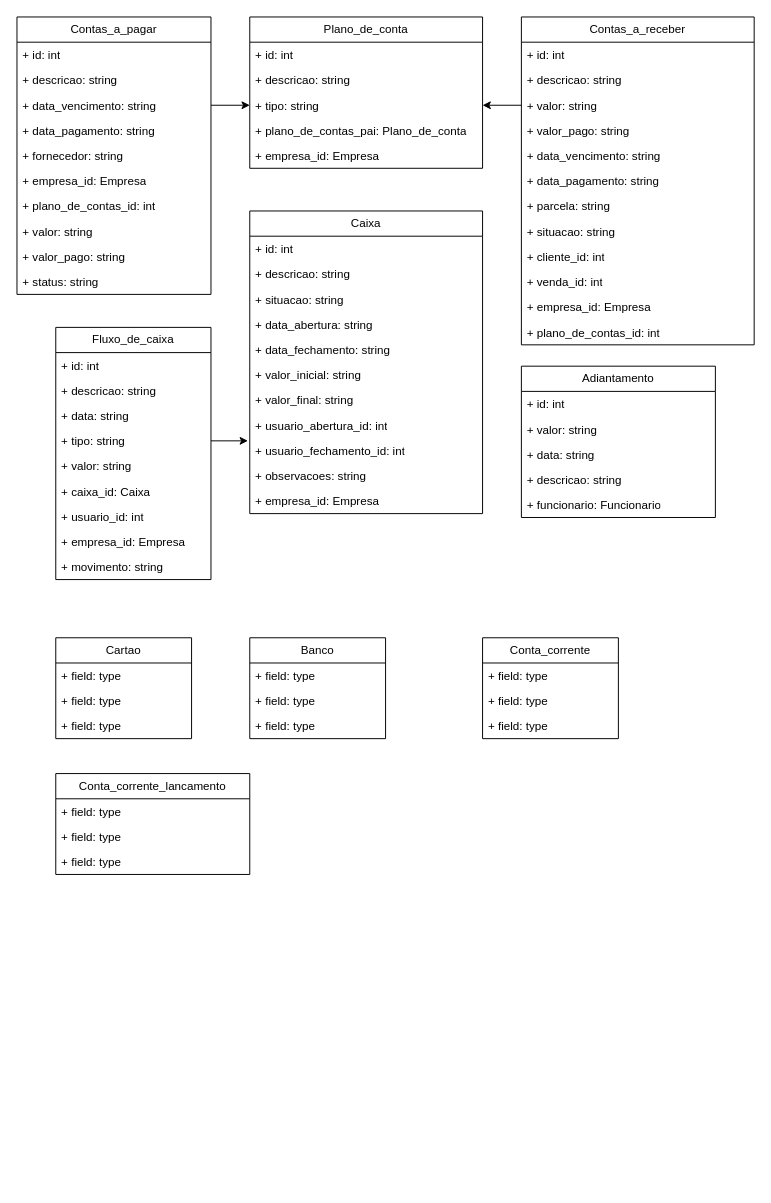
Before: page "Financeiro" (2 of 4) of Diagrama sem nome.drawio in FSOFTSistemas/Lago, a draw.io diagram. Source tidied: cells renumbered, new cells numbered last; positions are measured from the earlier drawing's top-left corner, leaving out a move shared by most shapes. Both pictures are drawn from the tidied source at 97%, with x=0, y=0 at pixel (16, 16).
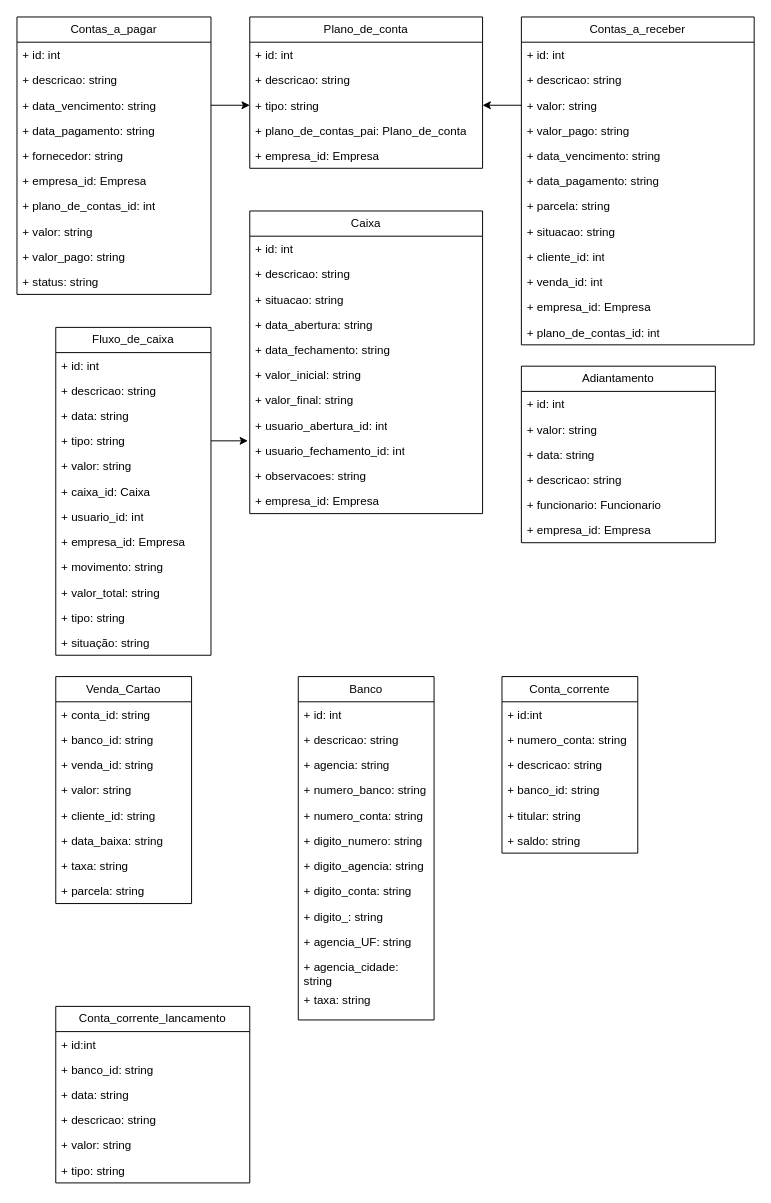
The same page after the edit.

The edit, as a diff of the source:
```diff
@@
     <mxCell id="26" value="Fluxo_de_caixa" style="swimlane;fontStyle=0;horizontal=1;startSize=26;fillColor=none;whiteSpace=wrap;html=1;" parent="1" vertex="1">
-      <mxGeometry x="40" y="320" width="160" height="260" as="geometry" />
+      <mxGeometry x="40" y="320" width="160" height="338" as="geometry" />
     </mxCell>
@@
+    <mxCell id="79" value="+ valor_total: string" style="text;strokeColor=none;fillColor=none;align=left;verticalAlign=top;spacingLeft=4;spacingRight=4;overflow=hidden;whiteSpace=wrap;html=1;" parent="26" vertex="1">
+      <mxGeometry y="260" width="160" height="26" as="geometry" />
+    </mxCell>
+    <mxCell id="80" value="+ tipo: string" style="text;strokeColor=none;fillColor=none;align=left;verticalAlign=top;spacingLeft=4;spacingRight=4;overflow=hidden;whiteSpace=wrap;html=1;" parent="26" vertex="1">
+      <mxGeometry y="286" width="160" height="26" as="geometry" />
+    </mxCell>
+    <mxCell id="81" value="+ situação: string" style="text;strokeColor=none;fillColor=none;align=left;verticalAlign=top;spacingLeft=4;spacingRight=4;overflow=hidden;whiteSpace=wrap;html=1;" parent="26" vertex="1">
+      <mxGeometry y="312" width="160" height="26" as="geometry" />
+    </mxCell>
     <mxCell id="36" value="Adiantamento" style="swimlane;fontStyle=0;horizontal=1;startSize=26;fillColor=none;whiteSpace=wrap;html=1;" parent="1" vertex="1">
-      <mxGeometry x="520" y="360" width="200" height="156" as="geometry" />
+      <mxGeometry x="520" y="360" width="200" height="182" as="geometry" />
     </mxCell>
@@
+    <mxCell id="82" value="+ empresa_id: Empresa" style="text;strokeColor=none;fillColor=none;align=left;verticalAlign=top;spacingLeft=4;spacingRight=4;overflow=hidden;whiteSpace=wrap;html=1;" parent="36" vertex="1">
+      <mxGeometry y="156" width="200" height="26" as="geometry" />
+    </mxCell>
@@
-    <mxCell id="63" value="Cartao" style="swimlane;fontStyle=0;horizontal=1;startSize=26;fillColor=none;whiteSpace=wrap;html=1;" parent="1" vertex="1">
-      <mxGeometry x="40" y="640" width="140" height="104" as="geometry" />
+    <mxCell id="63" value="Venda_Cartao" style="swimlane;fontStyle=0;horizontal=1;startSize=26;fillColor=none;whiteSpace=wrap;html=1;" parent="1" vertex="1">
+      <mxGeometry x="40" y="680" width="140" height="234" as="geometry" />
     </mxCell>
-    <mxCell id="64" value="+ field: type" style="text;strokeColor=none;fillColor=none;align=left;verticalAlign=top;spacingLeft=4;spacingRight=4;overflow=hidden;whiteSpace=wrap;html=1;" parent="63" vertex="1">
+    <mxCell id="64" value="+ conta_id: string" style="text;strokeColor=none;fillColor=none;align=left;verticalAlign=top;spacingLeft=4;spacingRight=4;overflow=hidden;whiteSpace=wrap;html=1;" parent="63" vertex="1">
       <mxGeometry y="26" width="140" height="26" as="geometry" />
     </mxCell>
+    <mxCell id="83" value="+ banco_id: string" style="text;strokeColor=none;fillColor=none;align=left;verticalAlign=top;spacingLeft=4;spacingRight=4;overflow=hidden;whiteSpace=wrap;html=1;" parent="63" vertex="1">
+      <mxGeometry y="52" width="140" height="26" as="geometry" />
+    </mxCell>
+    <mxCell id="84" value="+ venda_id: string" style="text;strokeColor=none;fillColor=none;align=left;verticalAlign=top;spacingLeft=4;spacingRight=4;overflow=hidden;whiteSpace=wrap;html=1;" parent="63" vertex="1">
+      <mxGeometry y="78" width="140" height="26" as="geometry" />
+    </mxCell>
+    <mxCell id="85" value="+ valor: string" style="text;strokeColor=none;fillColor=none;align=left;verticalAlign=top;spacingLeft=4;spacingRight=4;overflow=hidden;whiteSpace=wrap;html=1;" parent="63" vertex="1">
+      <mxGeometry y="104" width="140" height="26" as="geometry" />
+    </mxCell>
+    <mxCell id="86" value="+ cliente_id: string" style="text;strokeColor=none;fillColor=none;align=left;verticalAlign=top;spacingLeft=4;spacingRight=4;overflow=hidden;whiteSpace=wrap;html=1;" parent="63" vertex="1">
+      <mxGeometry y="130" width="140" height="26" as="geometry" />
+    </mxCell>
+    <mxCell id="87" value="+ data_baixa: string" style="text;strokeColor=none;fillColor=none;align=left;verticalAlign=top;spacingLeft=4;spacingRight=4;overflow=hidden;whiteSpace=wrap;html=1;" parent="63" vertex="1">
+      <mxGeometry y="156" width="140" height="26" as="geometry" />
+    </mxCell>
+    <mxCell id="88" value="+ taxa: string" style="text;strokeColor=none;fillColor=none;align=left;verticalAlign=top;spacingLeft=4;spacingRight=4;overflow=hidden;whiteSpace=wrap;html=1;" parent="63" vertex="1">
+      <mxGeometry y="182" width="140" height="26" as="geometry" />
+    </mxCell>
-    <mxCell id="65" value="+ field: type" style="text;strokeColor=none;fillColor=none;align=left;verticalAlign=top;spacingLeft=4;spacingRight=4;overflow=hidden;whiteSpace=wrap;html=1;" parent="63" vertex="1">
-      <mxGeometry y="52" width="140" height="26" as="geometry" />
+    <mxCell id="65" value="&lt;div&gt;+ parcela: string&lt;/div&gt;&lt;div&gt;&lt;br&gt;&lt;/div&gt;" style="text;strokeColor=none;fillColor=none;align=left;verticalAlign=top;spacingLeft=4;spacingRight=4;overflow=hidden;whiteSpace=wrap;html=1;" parent="63" vertex="1">
+      <mxGeometry y="208" width="140" height="26" as="geometry" />
     </mxCell>
-    <mxCell id="66" value="+ field: type" style="text;strokeColor=none;fillColor=none;align=left;verticalAlign=top;spacingLeft=4;spacingRight=4;overflow=hidden;whiteSpace=wrap;html=1;" parent="63" vertex="1">
-      <mxGeometry y="78" width="140" height="26" as="geometry" />
-    </mxCell>
     <mxCell id="67" value="Banco" style="swimlane;fontStyle=0;horizontal=1;startSize=26;fillColor=none;whiteSpace=wrap;html=1;" parent="1" vertex="1">
-      <mxGeometry x="240" y="640" width="140" height="104" as="geometry" />
+      <mxGeometry x="290" y="680" width="140" height="354" as="geometry" />
     </mxCell>
-    <mxCell id="68" value="+ field: type" style="text;strokeColor=none;fillColor=none;align=left;verticalAlign=top;spacingLeft=4;spacingRight=4;overflow=hidden;whiteSpace=wrap;html=1;" parent="67" vertex="1">
+    <mxCell id="68" value="+ id: int" style="text;strokeColor=none;fillColor=none;align=left;verticalAlign=top;spacingLeft=4;spacingRight=4;overflow=hidden;whiteSpace=wrap;html=1;" parent="67" vertex="1">
       <mxGeometry y="26" width="140" height="26" as="geometry" />
     </mxCell>
-    <mxCell id="69" value="+ field: type" style="text;strokeColor=none;fillColor=none;align=left;verticalAlign=top;spacingLeft=4;spacingRight=4;overflow=hidden;whiteSpace=wrap;html=1;" parent="67" vertex="1">
+    <mxCell id="69" value="+ descricao: string" style="text;strokeColor=none;fillColor=none;align=left;verticalAlign=top;spacingLeft=4;spacingRight=4;overflow=hidden;whiteSpace=wrap;html=1;" parent="67" vertex="1">
       <mxGeometry y="52" width="140" height="26" as="geometry" />
     </mxCell>
-    <mxCell id="70" value="+ field: type" style="text;strokeColor=none;fillColor=none;align=left;verticalAlign=top;spacingLeft=4;spacingRight=4;overflow=hidden;whiteSpace=wrap;html=1;" parent="67" vertex="1">
+    <mxCell id="70" value="+ agencia: string" style="text;strokeColor=none;fillColor=none;align=left;verticalAlign=top;spacingLeft=4;spacingRight=4;overflow=hidden;whiteSpace=wrap;html=1;" parent="67" vertex="1">
       <mxGeometry y="78" width="140" height="26" as="geometry" />
     </mxCell>
+    <mxCell id="89" value="+ numero_banco: string" style="text;strokeColor=none;fillColor=none;align=left;verticalAlign=top;spacingLeft=4;spacingRight=4;overflow=hidden;whiteSpace=wrap;html=1;" parent="67" vertex="1">
+      <mxGeometry y="104" width="140" height="26" as="geometry" />
+    </mxCell>
+    <mxCell id="90" value="+ numero_conta: string" style="text;strokeColor=none;fillColor=none;align=left;verticalAlign=top;spacingLeft=4;spacingRight=4;overflow=hidden;whiteSpace=wrap;html=1;" parent="67" vertex="1">
+      <mxGeometry y="130" width="140" height="26" as="geometry" />
+    </mxCell>
+    <mxCell id="91" value="+ digito_numero: string" style="text;strokeColor=none;fillColor=none;align=left;verticalAlign=top;spacingLeft=4;spacingRight=4;overflow=hidden;whiteSpace=wrap;html=1;" parent="67" vertex="1">
+      <mxGeometry y="156" width="140" height="26" as="geometry" />
+    </mxCell>
+    <mxCell id="92" value="+ digito_agencia: string" style="text;strokeColor=none;fillColor=none;align=left;verticalAlign=top;spacingLeft=4;spacingRight=4;overflow=hidden;whiteSpace=wrap;html=1;" parent="67" vertex="1">
+      <mxGeometry y="182" width="140" height="26" as="geometry" />
+    </mxCell>
+    <mxCell id="93" value="+ digito_conta: string" style="text;strokeColor=none;fillColor=none;align=left;verticalAlign=top;spacingLeft=4;spacingRight=4;overflow=hidden;whiteSpace=wrap;html=1;" parent="67" vertex="1">
+      <mxGeometry y="208" width="140" height="26" as="geometry" />
+    </mxCell>
+    <mxCell id="94" value="+ digito_: string" style="text;strokeColor=none;fillColor=none;align=left;verticalAlign=top;spacingLeft=4;spacingRight=4;overflow=hidden;whiteSpace=wrap;html=1;" parent="67" vertex="1">
+      <mxGeometry y="234" width="140" height="26" as="geometry" />
+    </mxCell>
+    <mxCell id="95" value="+ agencia_UF: string" style="text;strokeColor=none;fillColor=none;align=left;verticalAlign=top;spacingLeft=4;spacingRight=4;overflow=hidden;whiteSpace=wrap;html=1;" parent="67" vertex="1">
+      <mxGeometry y="260" width="140" height="26" as="geometry" />
+    </mxCell>
+    <mxCell id="96" value="+ agencia_cidade: string" style="text;strokeColor=none;fillColor=none;align=left;verticalAlign=top;spacingLeft=4;spacingRight=4;overflow=hidden;whiteSpace=wrap;html=1;" parent="67" vertex="1">
+      <mxGeometry y="286" width="140" height="34" as="geometry" />
+    </mxCell>
+    <mxCell id="97" value="+ taxa: string" style="text;strokeColor=none;fillColor=none;align=left;verticalAlign=top;spacingLeft=4;spacingRight=4;overflow=hidden;whiteSpace=wrap;html=1;" parent="67" vertex="1">
+      <mxGeometry y="320" width="140" height="34" as="geometry" />
+    </mxCell>
     <mxCell id="71" value="Conta_corrente" style="swimlane;fontStyle=0;horizontal=1;startSize=26;fillColor=none;whiteSpace=wrap;html=1;" parent="1" vertex="1">
-      <mxGeometry x="480" y="640" width="140" height="104" as="geometry" />
+      <mxGeometry x="500" y="680" width="140" height="182" as="geometry" />
     </mxCell>
-    <mxCell id="72" value="+ field: type" style="text;strokeColor=none;fillColor=none;align=left;verticalAlign=top;spacingLeft=4;spacingRight=4;overflow=hidden;whiteSpace=wrap;html=1;" parent="71" vertex="1">
+    <mxCell id="72" value="+ id:int" style="text;strokeColor=none;fillColor=none;align=left;verticalAlign=top;spacingLeft=4;spacingRight=4;overflow=hidden;whiteSpace=wrap;html=1;" parent="71" vertex="1">
       <mxGeometry y="26" width="140" height="26" as="geometry" />
     </mxCell>
-    <mxCell id="73" value="+ field: type" style="text;strokeColor=none;fillColor=none;align=left;verticalAlign=top;spacingLeft=4;spacingRight=4;overflow=hidden;whiteSpace=wrap;html=1;" parent="71" vertex="1">
+    <mxCell id="73" value="+ numero_conta: string" style="text;strokeColor=none;fillColor=none;align=left;verticalAlign=top;spacingLeft=4;spacingRight=4;overflow=hidden;whiteSpace=wrap;html=1;" parent="71" vertex="1">
       <mxGeometry y="52" width="140" height="26" as="geometry" />
     </mxCell>
-    <mxCell id="74" value="+ field: type" style="text;strokeColor=none;fillColor=none;align=left;verticalAlign=top;spacingLeft=4;spacingRight=4;overflow=hidden;whiteSpace=wrap;html=1;" parent="71" vertex="1">
+    <mxCell id="74" value="+ descricao: string" style="text;strokeColor=none;fillColor=none;align=left;verticalAlign=top;spacingLeft=4;spacingRight=4;overflow=hidden;whiteSpace=wrap;html=1;" parent="71" vertex="1">
       <mxGeometry y="78" width="140" height="26" as="geometry" />
     </mxCell>
+    <mxCell id="98" value="+ banco_id: string" style="text;strokeColor=none;fillColor=none;align=left;verticalAlign=top;spacingLeft=4;spacingRight=4;overflow=hidden;whiteSpace=wrap;html=1;" parent="71" vertex="1">
+      <mxGeometry y="104" width="140" height="26" as="geometry" />
+    </mxCell>
+    <mxCell id="99" value="+ titular: string" style="text;strokeColor=none;fillColor=none;align=left;verticalAlign=top;spacingLeft=4;spacingRight=4;overflow=hidden;whiteSpace=wrap;html=1;" parent="71" vertex="1">
+      <mxGeometry y="130" width="140" height="26" as="geometry" />
+    </mxCell>
+    <mxCell id="100" value="+ saldo: string" style="text;strokeColor=none;fillColor=none;align=left;verticalAlign=top;spacingLeft=4;spacingRight=4;overflow=hidden;whiteSpace=wrap;html=1;" parent="71" vertex="1">
+      <mxGeometry y="156" width="140" height="26" as="geometry" />
+    </mxCell>
     <mxCell id="75" value="Conta_corrente_lancamento" style="swimlane;fontStyle=0;horizontal=1;startSize=26;fillColor=none;whiteSpace=wrap;html=1;" parent="1" vertex="1">
-      <mxGeometry x="40" y="780" width="200" height="104" as="geometry" />
+      <mxGeometry x="40" y="1020" width="200" height="182" as="geometry" />
     </mxCell>
-    <mxCell id="76" value="+ field: type" style="text;strokeColor=none;fillColor=none;align=left;verticalAlign=top;spacingLeft=4;spacingRight=4;overflow=hidden;whiteSpace=wrap;html=1;" parent="75" vertex="1">
+    <mxCell id="76" value="+ id:int" style="text;strokeColor=none;fillColor=none;align=left;verticalAlign=top;spacingLeft=4;spacingRight=4;overflow=hidden;whiteSpace=wrap;html=1;" parent="75" vertex="1">
       <mxGeometry y="26" width="200" height="26" as="geometry" />
     </mxCell>
-    <mxCell id="77" value="+ field: type" style="text;strokeColor=none;fillColor=none;align=left;verticalAlign=top;spacingLeft=4;spacingRight=4;overflow=hidden;whiteSpace=wrap;html=1;" parent="75" vertex="1">
+    <mxCell id="77" value="+ banco_id: string" style="text;strokeColor=none;fillColor=none;align=left;verticalAlign=top;spacingLeft=4;spacingRight=4;overflow=hidden;whiteSpace=wrap;html=1;" parent="75" vertex="1">
       <mxGeometry y="52" width="200" height="26" as="geometry" />
     </mxCell>
-    <mxCell id="78" value="+ field: type" style="text;strokeColor=none;fillColor=none;align=left;verticalAlign=top;spacingLeft=4;spacingRight=4;overflow=hidden;whiteSpace=wrap;html=1;" parent="75" vertex="1">
+    <mxCell id="78" value="+ data: string" style="text;strokeColor=none;fillColor=none;align=left;verticalAlign=top;spacingLeft=4;spacingRight=4;overflow=hidden;whiteSpace=wrap;html=1;" parent="75" vertex="1">
       <mxGeometry y="78" width="200" height="26" as="geometry" />
     </mxCell>
+    <mxCell id="101" value="+ descricao: string" style="text;strokeColor=none;fillColor=none;align=left;verticalAlign=top;spacingLeft=4;spacingRight=4;overflow=hidden;whiteSpace=wrap;html=1;" parent="75" vertex="1">
+      <mxGeometry y="104" width="200" height="26" as="geometry" />
+    </mxCell>
+    <mxCell id="102" value="+ valor: string" style="text;strokeColor=none;fillColor=none;align=left;verticalAlign=top;spacingLeft=4;spacingRight=4;overflow=hidden;whiteSpace=wrap;html=1;" parent="75" vertex="1">
+      <mxGeometry y="130" width="200" height="26" as="geometry" />
+    </mxCell>
+    <mxCell id="103" value="+ tipo: string" style="text;strokeColor=none;fillColor=none;align=left;verticalAlign=top;spacingLeft=4;spacingRight=4;overflow=hidden;whiteSpace=wrap;html=1;" parent="75" vertex="1">
+      <mxGeometry y="156" width="200" height="26" as="geometry" />
+    </mxCell>
```
